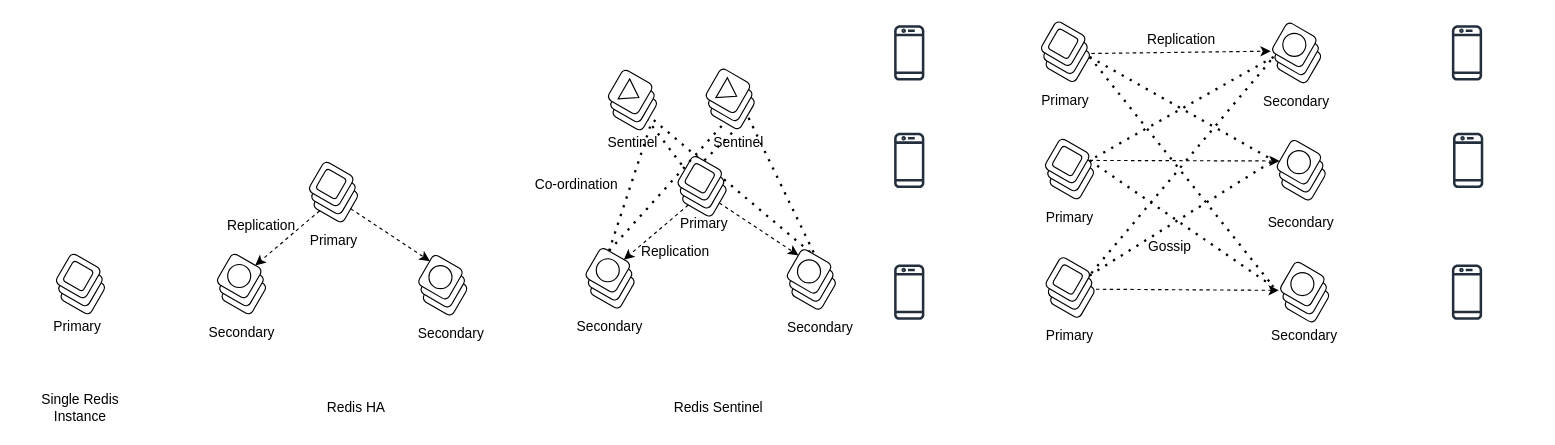
jayanthkmr/architecture-diagrams keeps this draw.io diagram as redis-availability.drawio. Above is the earlier version. Source tidied: cells renumbered, new cells numbered last; positions are measured from the earlier drawing's top-left corner, leaving out a move shared by most shapes. Both pictures are drawn from the tidied source at 115%, with x=0, y=0 at pixel (20, 20).
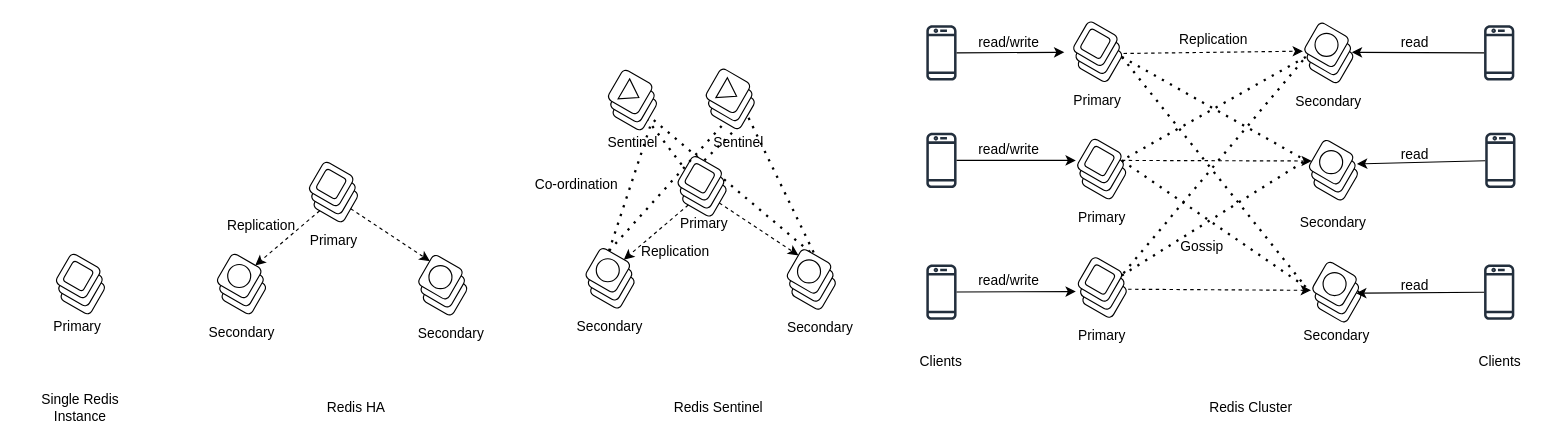
Above is the later version.

The change refers to these unchanged cells:
```xml
<mxCell id="80" style="rounded=1;whiteSpace=wrap;html=1;rotation=30;" parent="77" vertex="1">
  <mxGeometry x="5.5" y="5.5" width="30" height="30" as="geometry" />
</mxCell>
<mxCell id="97" style="rounded=1;whiteSpace=wrap;html=1;rotation=30;" parent="95" vertex="1">
  <mxGeometry x="7.5" y="12.5" width="30" height="30" as="geometry" />
</mxCell>
<mxCell id="98" style="rounded=1;whiteSpace=wrap;html=1;rotation=30;" parent="95" vertex="1">
  <mxGeometry x="5.5" y="5.5" width="30" height="30" as="geometry" />
</mxCell>
<mxCell id="103" style="rounded=1;whiteSpace=wrap;html=1;rotation=30;" parent="101" vertex="1">
  <mxGeometry x="7.5" y="12.5" width="30" height="30" as="geometry" />
</mxCell>
```

Change to the diagram source:
```diff
@@
     <mxCell id="71" style="group;" parent="1" vertex="1">
-      <mxGeometry x="890" y="102" width="45" height="55" as="geometry" />
+      <mxGeometry x="918" y="102" width="45" height="55" as="geometry" />
     </mxCell>
@@
     <mxCell id="76" value="Primary" style="text;html=1;strokeColor=none;fillColor=none;align=center;verticalAlign=middle;whiteSpace=wrap;rounded=0;" parent="1" vertex="1">
-      <mxGeometry x="882.5" y="157" width="60" height="30" as="geometry" />
+      <mxGeometry x="910.5" y="157" width="60" height="30" as="geometry" />
     </mxCell>
     <mxCell id="77" style="group;" parent="1" vertex="1">
-      <mxGeometry x="890.5" y="205" width="45" height="55" as="geometry" />
+      <mxGeometry x="918.5" y="205" width="45" height="55" as="geometry" />
     </mxCell>
@@
     <mxCell id="82" value="Primary" style="text;html=1;strokeColor=none;fillColor=none;align=center;verticalAlign=middle;whiteSpace=wrap;rounded=0;" parent="1" vertex="1">
-      <mxGeometry x="883" y="260" width="60" height="30" as="geometry" />
+      <mxGeometry x="911" y="260" width="60" height="30" as="geometry" />
     </mxCell>
     <mxCell id="83" style="group;" parent="1" vertex="1">
-      <mxGeometry x="886.5" width="45" height="55" as="geometry" />
+      <mxGeometry x="914.5" width="45" height="55" as="geometry" />
     </mxCell>
@@
     <mxCell id="88" value="Primary" style="text;html=1;strokeColor=none;fillColor=none;align=center;verticalAlign=middle;whiteSpace=wrap;rounded=0;" parent="1" vertex="1">
-      <mxGeometry x="879" y="55" width="60" height="30" as="geometry" />
+      <mxGeometry x="907" y="55" width="60" height="30" as="geometry" />
     </mxCell>
     <mxCell id="89" style="group;" parent="1" vertex="1">
-      <mxGeometry x="1087.5" y="1" width="45" height="55" as="geometry" />
+      <mxGeometry x="1115.5" y="1" width="45" height="55" as="geometry" />
     </mxCell>
@@
     <mxCell id="94" value="Secondary" style="text;html=1;strokeColor=none;fillColor=none;align=center;verticalAlign=middle;whiteSpace=wrap;rounded=0;" parent="1" vertex="1">
-      <mxGeometry x="1080" y="56" width="60" height="30" as="geometry" />
+      <mxGeometry x="1108" y="56" width="60" height="30" as="geometry" />
     </mxCell>
     <mxCell id="95" style="group;" parent="1" vertex="1">
-      <mxGeometry x="1091.5" y="103" width="45" height="55" as="geometry" />
+      <mxGeometry x="1119.5" y="103" width="45" height="55" as="geometry" />
     </mxCell>
@@
     <mxCell id="100" value="Secondary" style="text;html=1;strokeColor=none;fillColor=none;align=center;verticalAlign=middle;whiteSpace=wrap;rounded=0;" parent="1" vertex="1">
-      <mxGeometry x="1084" y="161" width="60" height="30" as="geometry" />
+      <mxGeometry x="1112" y="161" width="60" height="30" as="geometry" />
     </mxCell>
     <mxCell id="101" style="group;" parent="1" vertex="1">
-      <mxGeometry x="1094.5" y="209" width="45" height="55" as="geometry" />
+      <mxGeometry x="1122.5" y="209" width="45" height="55" as="geometry" />
     </mxCell>
@@
     <mxCell id="106" value="Secondary" style="text;html=1;strokeColor=none;fillColor=none;align=center;verticalAlign=middle;whiteSpace=wrap;rounded=0;" parent="1" vertex="1">
-      <mxGeometry x="1087" y="260" width="60" height="30" as="geometry" />
+      <mxGeometry x="1115" y="260" width="60" height="30" as="geometry" />
     </mxCell>
@@
     <mxCell id="108" style="endArrow=classic;html=1;rounded=0;entryX=0;entryY=0.75;entryDx=0;entryDy=0;dashed=1;" parent="1" edge="1" target="98">
       <mxGeometry relative="1" as="geometry">
-        <mxPoint x="930" y="122" as="sourcePoint" />
+        <mxPoint x="958" y="122" as="sourcePoint" />
       </mxGeometry>
     </mxCell>
@@
     <mxCell id="110" style="sketch=0;outlineConnect=0;fontColor=#232F3E;gradientColor=none;fillColor=#232F3D;strokeColor=none;dashed=0;verticalLabelPosition=bottom;verticalAlign=top;align=center;html=1;fontSize=12;fontStyle=0;shape=mxgraph.aws4.mobile_client;" parent="1" vertex="1">
-      <mxGeometry x="760" y="3.5" width="26.3" height="50" as="geometry" />
+      <mxGeometry x="788" y="3.5" width="26.3" height="50" as="geometry" />
     </mxCell>
     <mxCell id="111" style="sketch=0;outlineConnect=0;fontColor=#232F3E;gradientColor=none;fillColor=#232F3D;strokeColor=none;dashed=0;verticalLabelPosition=bottom;verticalAlign=top;align=center;html=1;fontSize=12;fontStyle=0;shape=mxgraph.aws4.mobile_client;" parent="1" vertex="1">
-      <mxGeometry x="1245" y="3.5" width="26.3" height="50" as="geometry" />
+      <mxGeometry x="1273" y="3.5" width="26.3" height="50" as="geometry" />
     </mxCell>
     <mxCell id="112" style="sketch=0;outlineConnect=0;fontColor=#232F3E;gradientColor=none;fillColor=#232F3D;strokeColor=none;dashed=0;verticalLabelPosition=bottom;verticalAlign=top;align=center;html=1;fontSize=12;fontStyle=0;shape=mxgraph.aws4.mobile_client;" parent="1" vertex="1">
-      <mxGeometry x="760" y="97" width="26.3" height="50" as="geometry" />
+      <mxGeometry x="788" y="97" width="26.3" height="50" as="geometry" />
     </mxCell>
     <mxCell id="113" style="sketch=0;outlineConnect=0;fontColor=#232F3E;gradientColor=none;fillColor=#232F3D;strokeColor=none;dashed=0;verticalLabelPosition=bottom;verticalAlign=top;align=center;html=1;fontSize=12;fontStyle=0;shape=mxgraph.aws4.mobile_client;" parent="1" vertex="1">
-      <mxGeometry x="760" y="211.5" width="26.3" height="50" as="geometry" />
+      <mxGeometry x="788" y="211.5" width="26.3" height="50" as="geometry" />
     </mxCell>
     <mxCell id="114" style="sketch=0;outlineConnect=0;fontColor=#232F3E;gradientColor=none;fillColor=#232F3D;strokeColor=none;dashed=0;verticalLabelPosition=bottom;verticalAlign=top;align=center;html=1;fontSize=12;fontStyle=0;shape=mxgraph.aws4.mobile_client;" parent="1" vertex="1">
-      <mxGeometry x="1246" y="97" width="26.3" height="50" as="geometry" />
+      <mxGeometry x="1274" y="97" width="26.3" height="50" as="geometry" />
     </mxCell>
     <mxCell id="115" style="sketch=0;outlineConnect=0;fontColor=#232F3E;gradientColor=none;fillColor=#232F3D;strokeColor=none;dashed=0;verticalLabelPosition=bottom;verticalAlign=top;align=center;html=1;fontSize=12;fontStyle=0;shape=mxgraph.aws4.mobile_client;" parent="1" vertex="1">
-      <mxGeometry x="1245" y="211.5" width="26.3" height="50" as="geometry" />
+      <mxGeometry x="1273" y="211.5" width="26.3" height="50" as="geometry" />
     </mxCell>
     <mxCell id="116" style="endArrow=none;dashed=1;html=1;dashPattern=1 3;strokeWidth=2;rounded=0;" parent="1" edge="1">
       <mxGeometry relative="1" as="geometry">
-        <mxPoint x="930" y="32" as="sourcePoint" />
-        <mxPoint x="1090" y="122" as="targetPoint" />
+        <mxPoint x="958" y="32" as="sourcePoint" />
+        <mxPoint x="1118" y="122" as="targetPoint" />
       </mxGeometry>
     </mxCell>
     <mxCell id="117" style="endArrow=none;dashed=1;html=1;dashPattern=1 3;strokeWidth=2;rounded=0;" parent="1" edge="1">
       <mxGeometry relative="1" as="geometry">
-        <mxPoint x="930" y="32" as="sourcePoint" />
-        <mxPoint x="1090" y="232" as="targetPoint" />
+        <mxPoint x="958" y="32" as="sourcePoint" />
+        <mxPoint x="1118" y="232" as="targetPoint" />
       </mxGeometry>
     </mxCell>
     <mxCell id="118" style="endArrow=none;dashed=1;html=1;dashPattern=1 3;strokeWidth=2;rounded=0;" parent="1" edge="1">
       <mxGeometry relative="1" as="geometry">
-        <mxPoint x="1090" y="32" as="sourcePoint" />
-        <mxPoint x="930" y="122" as="targetPoint" />
+        <mxPoint x="1118" y="32" as="sourcePoint" />
+        <mxPoint x="958" y="122" as="targetPoint" />
       </mxGeometry>
     </mxCell>
     <mxCell id="119" style="endArrow=none;dashed=1;html=1;dashPattern=1 3;strokeWidth=2;rounded=0;exitX=1;exitY=0;exitDx=0;exitDy=0;" parent="1" edge="1" source="80">
       <mxGeometry relative="1" as="geometry">
-        <mxPoint x="1090" y="32" as="targetPoint" />
+        <mxPoint x="1118" y="32" as="targetPoint" />
       </mxGeometry>
     </mxCell>
     <mxCell id="120" style="endArrow=none;dashed=1;html=1;dashPattern=1 3;strokeWidth=2;rounded=0;" parent="1" edge="1">
       <mxGeometry relative="1" as="geometry">
-        <mxPoint x="930" y="122" as="sourcePoint" />
-        <mxPoint x="1090" y="232" as="targetPoint" />
+        <mxPoint x="958" y="122" as="sourcePoint" />
+        <mxPoint x="1118" y="232" as="targetPoint" />
       </mxGeometry>
     </mxCell>
     <mxCell id="121" style="endArrow=none;dashed=1;html=1;dashPattern=1 3;strokeWidth=2;rounded=0;" parent="1" edge="1">
       <mxGeometry relative="1" as="geometry">
-        <mxPoint x="930" y="222" as="sourcePoint" />
-        <mxPoint x="1090" y="122" as="targetPoint" />
+        <mxPoint x="958" y="222" as="sourcePoint" />
+        <mxPoint x="1118" y="122" as="targetPoint" />
       </mxGeometry>
     </mxCell>
@@
     <mxCell id="123" value="Replication" style="text;html=1;strokeColor=none;fillColor=none;align=center;verticalAlign=middle;whiteSpace=wrap;rounded=0;" parent="1" vertex="1">
-      <mxGeometry x="980" y="2" width="60" height="30" as="geometry" />
+      <mxGeometry x="1008" y="2" width="60" height="30" as="geometry" />
     </mxCell>
     <mxCell id="124" value="Gossip" style="text;html=1;strokeColor=none;fillColor=none;align=center;verticalAlign=middle;whiteSpace=wrap;rounded=0;" parent="1" vertex="1">
-      <mxGeometry x="970" y="181.5" width="60" height="30" as="geometry" />
+      <mxGeometry x="998" y="181.5" width="60" height="30" as="geometry" />
     </mxCell>
+    <mxCell id="125" style="endArrow=classic;html=1;rounded=0;" parent="1" edge="1" source="110">
+      <mxGeometry relative="1" as="geometry">
+        <mxPoint x="908" y="28" as="targetPoint" />
+      </mxGeometry>
+    </mxCell>
+    <mxCell id="126" style="endArrow=classic;html=1;rounded=0;" parent="1" edge="1" source="112">
+      <mxGeometry relative="1" as="geometry">
+        <mxPoint x="918" y="122" as="targetPoint" />
+      </mxGeometry>
+    </mxCell>
+    <mxCell id="127" style="endArrow=classic;html=1;rounded=0;" parent="1" edge="1" source="113">
+      <mxGeometry relative="1" as="geometry">
+        <mxPoint x="918" y="236" as="targetPoint" />
+      </mxGeometry>
+    </mxCell>
+    <mxCell id="128" style="endArrow=classic;html=1;rounded=0;" parent="1" edge="1" source="111">
+      <mxGeometry relative="1" as="geometry">
+        <mxPoint x="1158" y="28" as="targetPoint" />
+      </mxGeometry>
+    </mxCell>
+    <mxCell id="129" style="endArrow=classic;html=1;rounded=0;entryX=1;entryY=0;entryDx=0;entryDy=0;" parent="1" edge="1" source="114" target="97">
+      <mxGeometry relative="1" as="geometry" />
+    </mxCell>
+    <mxCell id="130" style="endArrow=classic;html=1;rounded=0;entryX=1;entryY=0.25;entryDx=0;entryDy=0;" parent="1" edge="1" source="115" target="103">
+      <mxGeometry relative="1" as="geometry" />
+    </mxCell>
+    <mxCell id="131" value="Redis Cluster" style="text;html=1;strokeColor=none;fillColor=none;align=center;verticalAlign=middle;whiteSpace=wrap;rounded=0;" parent="1" vertex="1">
+      <mxGeometry x="1018" y="322" width="105" height="30" as="geometry" />
+    </mxCell>
+    <mxCell id="132" value="read/write" style="text;html=1;strokeColor=none;fillColor=none;align=center;verticalAlign=middle;whiteSpace=wrap;rounded=0;" parent="1" vertex="1">
+      <mxGeometry x="830" y="4.5" width="60" height="30" as="geometry" />
+    </mxCell>
+    <mxCell id="133" value="read/write" style="text;html=1;strokeColor=none;fillColor=none;align=center;verticalAlign=middle;whiteSpace=wrap;rounded=0;" parent="1" vertex="1">
+      <mxGeometry x="830" y="98" width="60" height="30" as="geometry" />
+    </mxCell>
+    <mxCell id="134" value="read/write" style="text;html=1;strokeColor=none;fillColor=none;align=center;verticalAlign=middle;whiteSpace=wrap;rounded=0;" parent="1" vertex="1">
+      <mxGeometry x="830" y="211.5" width="60" height="30" as="geometry" />
+    </mxCell>
+    <mxCell id="135" value="read" style="text;html=1;strokeColor=none;fillColor=none;align=center;verticalAlign=middle;whiteSpace=wrap;rounded=0;" parent="1" vertex="1">
+      <mxGeometry x="1183" y="5" width="60" height="30" as="geometry" />
+    </mxCell>
+    <mxCell id="136" value="read" style="text;html=1;strokeColor=none;fillColor=none;align=center;verticalAlign=middle;whiteSpace=wrap;rounded=0;" parent="1" vertex="1">
+      <mxGeometry x="1183" y="102" width="60" height="30" as="geometry" />
+    </mxCell>
+    <mxCell id="137" value="read" style="text;html=1;strokeColor=none;fillColor=none;align=center;verticalAlign=middle;whiteSpace=wrap;rounded=0;" parent="1" vertex="1">
+      <mxGeometry x="1183" y="215.5" width="60" height="30" as="geometry" />
+    </mxCell>
+    <mxCell id="138" value="Clients" style="text;html=1;strokeColor=none;fillColor=none;align=center;verticalAlign=middle;whiteSpace=wrap;rounded=0;" parent="1" vertex="1">
+      <mxGeometry x="771" y="282" width="60" height="30" as="geometry" />
+    </mxCell>
+    <mxCell id="139" value="Clients" style="text;html=1;strokeColor=none;fillColor=none;align=center;verticalAlign=middle;whiteSpace=wrap;rounded=0;" parent="1" vertex="1">
+      <mxGeometry x="1257.1" y="282" width="60" height="30" as="geometry" />
+    </mxCell>
```
